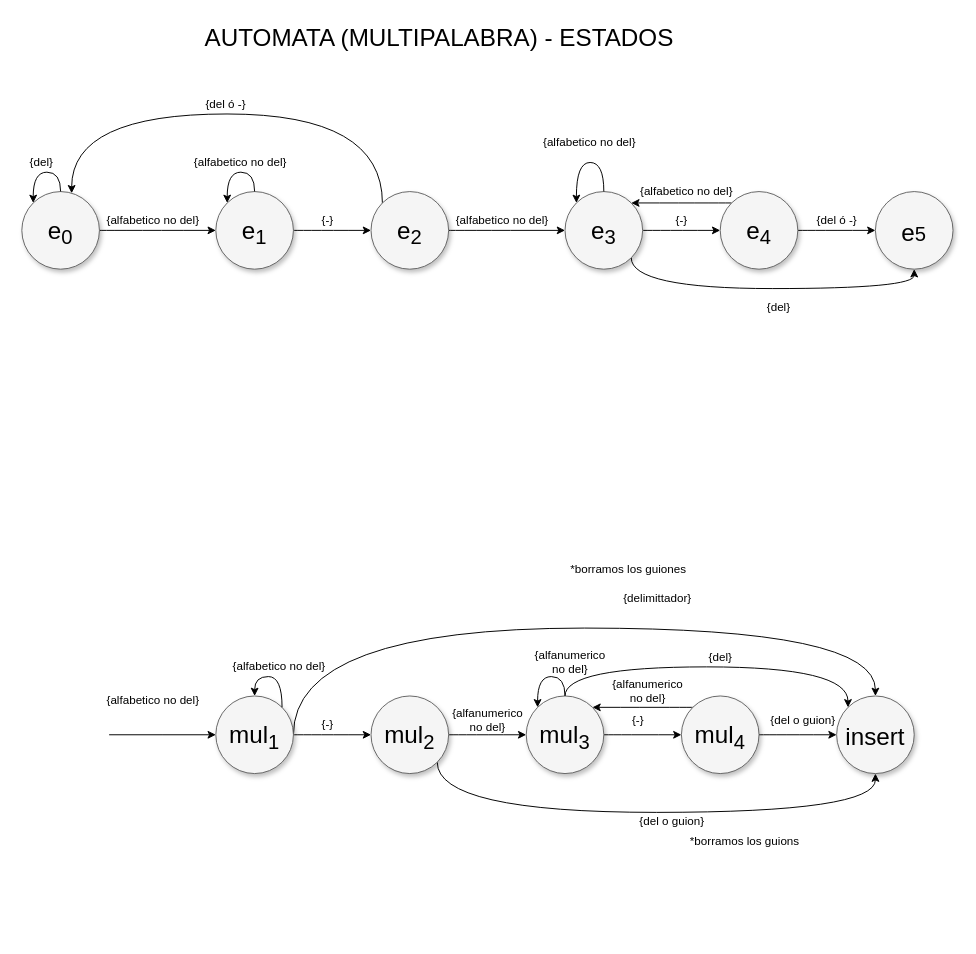
Above: page "Multipalabra" (6 of 7) of DiagramaAutomata.drawio in ander-db/Tokenizer (draw.io), before the change. Source tidied: cells renumbered, new cells numbered last; positions are measured from the earlier drawing's top-left corner, leaving out a move shared by most shapes. Both pictures are drawn from the tidied source at 97%, with x=0, y=0 at pixel (21, 16).
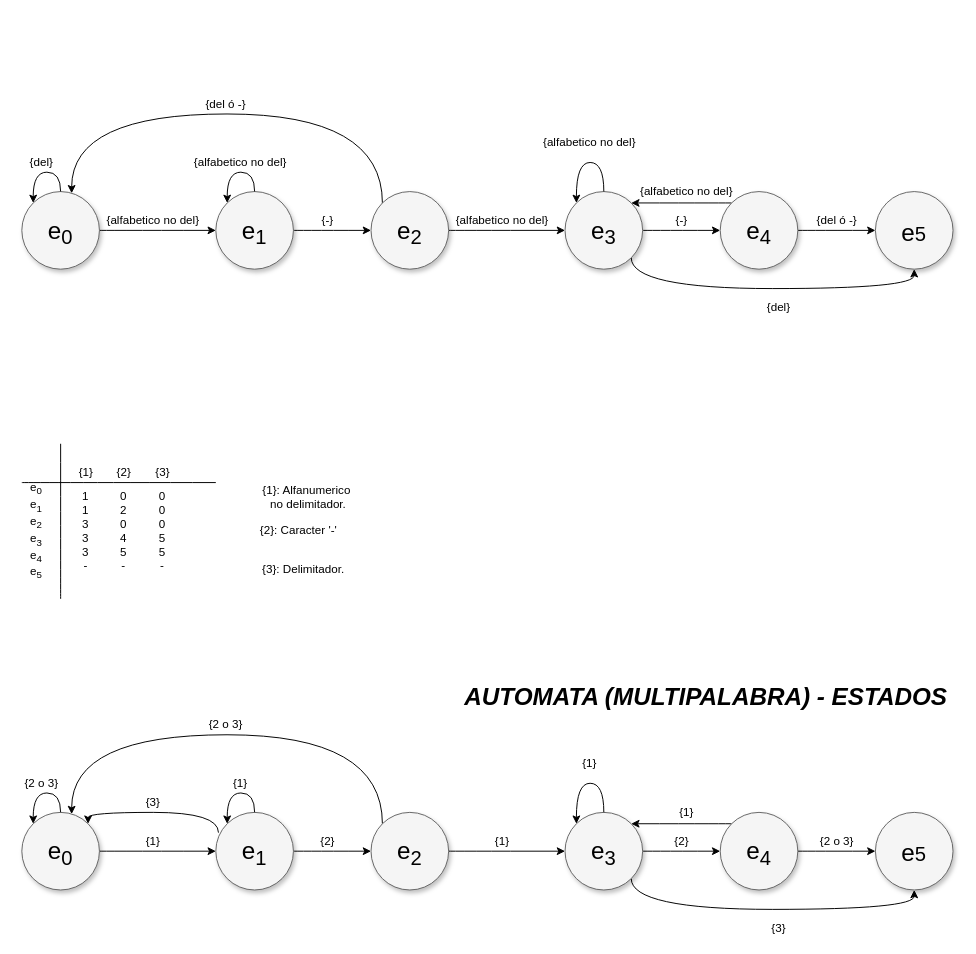
After the change.

Diff of the diagram source:
```diff
@@
-    <mxCell id="2" style="edgeStyle=orthogonalEdgeStyle;curved=1;rounded=0;jettySize=auto;html=1;exitX=1;exitY=0.5;exitDx=0;exitDy=0;entryX=0;entryY=0.5;entryDx=0;entryDy=0;fontSize=12;" parent="1" edge="1" source="5" target="9">
-      <mxGeometry relative="1" as="geometry" />
-    </mxCell>
-    <mxCell id="3" style="edgeStyle=orthogonalEdgeStyle;rounded=0;jettySize=auto;html=1;exitX=0;exitY=0.5;exitDx=0;exitDy=0;endArrow=none;endFill=0;startArrow=classic;startFill=1;" parent="1" edge="1" source="5">
-      <mxGeometry relative="1" as="geometry">
-        <mxPoint x="90" y="740" as="targetPoint" />
-      </mxGeometry>
-    </mxCell>
-    <mxCell id="4" style="edgeStyle=orthogonalEdgeStyle;rounded=0;jettySize=auto;html=1;entryX=0.5;entryY=0;entryDx=0;entryDy=0;startArrow=none;startFill=0;endArrow=classic;endFill=1;curved=1;exitX=1;exitY=0.5;exitDx=0;exitDy=0;" parent="1" edge="1" source="5" target="17">
-      <mxGeometry relative="1" as="geometry">
-        <Array as="points">
-          <mxPoint x="280" y="630" />
-          <mxPoint x="880" y="630" />
-        </Array>
-      </mxGeometry>
-    </mxCell>
-    <mxCell id="5" value="&lt;span style=&quot;font-size: 25px&quot;&gt;mul&lt;sub&gt;1&lt;/sub&gt;&lt;/span&gt;" style="ellipse;whiteSpace=wrap;html=1;rounded=0;shadow=1;strokeColor=#666666;strokeWidth=1;fontSize=30;align=center;fillColor=#f5f5f5;" parent="1" vertex="1">
-      <mxGeometry x="200" y="700" width="80" height="80" as="geometry" />
-    </mxCell>
-    <mxCell id="6" value="{alfabetico no del}" style="text;html=1;align=center;verticalAlign=middle;strokeColor=none;fillColor=none;fontSize=12;" parent="1" vertex="1">
-      <mxGeometry x="80" y="695" width="110" height="20" as="geometry" />
-    </mxCell>
-    <mxCell id="7" style="edgeStyle=orthogonalEdgeStyle;curved=1;rounded=0;jettySize=auto;html=1;exitX=1;exitY=0.5;exitDx=0;exitDy=0;entryX=0;entryY=0.5;entryDx=0;entryDy=0;fontSize=12;" parent="1" edge="1" source="9" target="22">
-      <mxGeometry relative="1" as="geometry" />
-    </mxCell>
-    <mxCell id="8" style="edgeStyle=orthogonalEdgeStyle;curved=1;rounded=0;jettySize=auto;html=1;exitX=1;exitY=1;exitDx=0;exitDy=0;entryX=0.5;entryY=1;entryDx=0;entryDy=0;fontSize=12;" parent="1" edge="1" source="9" target="17">
-      <mxGeometry relative="1" as="geometry">
-        <Array as="points">
-          <mxPoint x="428" y="820" />
-          <mxPoint x="880" y="820" />
-        </Array>
-      </mxGeometry>
-    </mxCell>
-    <mxCell id="9" value="&lt;span style=&quot;font-size: 25px&quot;&gt;mul&lt;sub&gt;2&lt;/sub&gt;&lt;/span&gt;" style="ellipse;whiteSpace=wrap;html=1;rounded=0;shadow=1;strokeColor=#666666;strokeWidth=1;fontSize=30;align=center;fillColor=#f5f5f5;" parent="1" vertex="1">
-      <mxGeometry x="360" y="700" width="80" height="80" as="geometry" />
-    </mxCell>
-    <mxCell id="10" value="{-}" style="text;html=1;align=center;verticalAlign=middle;strokeColor=none;fillColor=none;fontSize=12;" parent="1" vertex="1">
-      <mxGeometry x="300" y="720" width="30" height="20" as="geometry" />
-    </mxCell>
-    <mxCell id="11" style="edgeStyle=orthogonalEdgeStyle;curved=1;rounded=0;orthogonalLoop=1;jettySize=auto;html=1;exitX=1;exitY=0;exitDx=0;exitDy=0;entryX=0.5;entryY=0;entryDx=0;entryDy=0;fontSize=12;" parent="1" edge="1" source="5" target="5">
-      <mxGeometry relative="1" as="geometry">
-        <Array as="points">
-          <mxPoint x="268" y="680" />
-          <mxPoint x="240" y="680" />
-        </Array>
-      </mxGeometry>
-    </mxCell>
-    <mxCell id="12" value="{alfabetico no del}" style="text;html=1;align=center;verticalAlign=middle;strokeColor=none;fillColor=none;fontSize=12;" parent="1" vertex="1">
-      <mxGeometry x="210" y="660" width="110" height="20" as="geometry" />
-    </mxCell>
-    <mxCell id="13" style="edgeStyle=orthogonalEdgeStyle;curved=1;rounded=0;jettySize=auto;html=1;exitX=1;exitY=0.5;exitDx=0;exitDy=0;fontSize=12;" parent="1" edge="1" source="15" target="17">
-      <mxGeometry relative="1" as="geometry" />
-    </mxCell>
-    <mxCell id="14" style="edgeStyle=orthogonalEdgeStyle;curved=1;rounded=0;jettySize=auto;html=1;exitX=0;exitY=0;exitDx=0;exitDy=0;entryX=1;entryY=0;entryDx=0;entryDy=0;fontSize=25;startArrow=none;startFill=0;endArrow=classic;endFill=1;" parent="1" edge="1" source="15" target="22">
-      <mxGeometry relative="1" as="geometry" />
-    </mxCell>
-    <mxCell id="15" value="&lt;font style=&quot;font-size: 25px&quot;&gt;mul&lt;sub&gt;4&lt;/sub&gt;&lt;/font&gt;" style="ellipse;whiteSpace=wrap;html=1;rounded=0;shadow=1;strokeColor=#666666;strokeWidth=1;fontSize=30;align=center;fillColor=#f5f5f5;" parent="1" vertex="1">
-      <mxGeometry x="680" y="700" width="80" height="80" as="geometry" />
-    </mxCell>
-    <mxCell id="16" value="{alfanumerico&lt;br&gt;no del}" style="text;html=1;align=center;verticalAlign=middle;strokeColor=none;fillColor=none;fontSize=12;" parent="1" vertex="1">
-      <mxGeometry x="435" y="710" width="90" height="30" as="geometry" />
-    </mxCell>
-    <mxCell id="17" value="&lt;span style=&quot;font-size: 25px&quot;&gt;insert&lt;/span&gt;" style="ellipse;whiteSpace=wrap;html=1;rounded=0;shadow=1;strokeColor=#666666;strokeWidth=1;fontSize=30;align=center;fillColor=#f5f5f5;" parent="1" vertex="1">
-      <mxGeometry x="840" y="700" width="80" height="80" as="geometry" />
-    </mxCell>
-    <mxCell id="18" value="{del o guion}" style="text;html=1;align=center;verticalAlign=middle;strokeColor=none;fillColor=none;fontSize=12;" parent="1" vertex="1">
-      <mxGeometry x="765" y="715" width="80" height="20" as="geometry" />
-    </mxCell>
-    <mxCell id="19" value="{delimittador}" style="text;html=1;align=center;verticalAlign=middle;strokeColor=none;fillColor=none;fontSize=12;" parent="1" vertex="1">
-      <mxGeometry x="610" y="590" width="90" height="20" as="geometry" />
-    </mxCell>
-    <mxCell id="20" style="edgeStyle=orthogonalEdgeStyle;curved=1;rounded=0;jettySize=auto;html=1;exitX=1;exitY=0.5;exitDx=0;exitDy=0;entryX=0;entryY=0.5;entryDx=0;entryDy=0;fontSize=12;" parent="1" edge="1" source="22" target="15">
-      <mxGeometry relative="1" as="geometry" />
-    </mxCell>
-    <mxCell id="21" style="edgeStyle=orthogonalEdgeStyle;curved=1;rounded=0;jettySize=auto;html=1;exitX=0.5;exitY=0;exitDx=0;exitDy=0;entryX=0;entryY=0;entryDx=0;entryDy=0;fontSize=25;startArrow=none;startFill=0;endArrow=classic;endFill=1;" parent="1" edge="1" source="22" target="17">
-      <mxGeometry relative="1" as="geometry">
-        <Array as="points">
-          <mxPoint x="560" y="670" />
-          <mxPoint x="852" y="670" />
-        </Array>
-      </mxGeometry>
-    </mxCell>
-    <mxCell id="22" value="&lt;span style=&quot;font-size: 25px&quot;&gt;mul&lt;sub&gt;3&lt;/sub&gt;&lt;/span&gt;" style="ellipse;whiteSpace=wrap;html=1;rounded=0;shadow=1;strokeColor=#666666;strokeWidth=1;fontSize=30;align=center;fillColor=#f5f5f5;" parent="1" vertex="1">
-      <mxGeometry x="520" y="700" width="80" height="80" as="geometry" />
-    </mxCell>
-    <mxCell id="23" value="{-}" style="text;html=1;align=center;verticalAlign=middle;strokeColor=none;fillColor=none;fontSize=12;" parent="1" vertex="1">
-      <mxGeometry x="620" y="715" width="30" height="20" as="geometry" />
-    </mxCell>
-    <mxCell id="24" value="{del o guion}" style="text;html=1;align=center;verticalAlign=middle;strokeColor=none;fillColor=none;fontSize=12;" parent="1" vertex="1">
-      <mxGeometry x="630" y="820" width="80" height="20" as="geometry" />
-    </mxCell>
-    <mxCell id="25" value="*borramos los guions" style="text;html=1;align=center;verticalAlign=middle;strokeColor=none;fillColor=none;" parent="1" vertex="1">
-      <mxGeometry x="680" y="840" width="130" height="20" as="geometry" />
-    </mxCell>
-    <mxCell id="26" value="*borramos los guiones" style="text;html=1;align=center;verticalAlign=middle;strokeColor=none;fillColor=none;" parent="1" vertex="1">
-      <mxGeometry x="560" y="560" width="130" height="20" as="geometry" />
-    </mxCell>
-    <mxCell id="27" style="edgeStyle=orthogonalEdgeStyle;curved=1;rounded=0;orthogonalLoop=1;jettySize=auto;html=1;exitX=0.5;exitY=0;exitDx=0;exitDy=0;entryX=0;entryY=0;entryDx=0;entryDy=0;fontSize=25;startArrow=none;startFill=0;endArrow=classic;endFill=1;" parent="1" edge="1" source="22" target="22">
-      <mxGeometry relative="1" as="geometry">
-        <Array as="points">
-          <mxPoint x="560" y="680" />
-          <mxPoint x="532" y="680" />
-        </Array>
-      </mxGeometry>
-    </mxCell>
-    <mxCell id="28" value="{alfanumerico&lt;br&gt;no del}" style="text;html=1;align=center;verticalAlign=middle;strokeColor=none;fillColor=none;fontSize=12;" parent="1" vertex="1">
-      <mxGeometry x="520" y="650" width="90" height="30" as="geometry" />
-    </mxCell>
-    <mxCell id="29" value="{alfanumerico&lt;br&gt;no del}" style="text;html=1;align=center;verticalAlign=middle;strokeColor=none;fillColor=none;fontSize=12;" parent="1" vertex="1">
-      <mxGeometry x="600" y="680" width="90" height="30" as="geometry" />
-    </mxCell>
-    <mxCell id="30" value="{del}" style="text;html=1;align=center;verticalAlign=middle;strokeColor=none;fillColor=none;fontSize=12;" parent="1" vertex="1">
-      <mxGeometry x="700" y="650" width="40" height="20" as="geometry" />
-    </mxCell>
@@
-    <mxCell id="59" value="AUTOMATA (MULTIPALABRA) - ESTADOS" style="text;html=1;align=center;verticalAlign=middle;strokeColor=none;fillColor=none;fontSize=25;" parent="1" vertex="1">
-      <mxGeometry x="180" width="500" height="40" as="geometry" />
+    <mxCell id="59" value="&lt;i&gt;&lt;b&gt;AUTOMATA (MULTIPALABRA) - ESTADOS&lt;/b&gt;&lt;/i&gt;" style="text;html=1;align=center;verticalAlign=middle;strokeColor=none;fillColor=none;fontSize=25;" parent="1" vertex="1">
+      <mxGeometry x="450" y="680" width="510" height="40" as="geometry" />
     </mxCell>
+    <mxCell id="60" value="e&lt;sub&gt;0&lt;/sub&gt;&lt;br&gt;e&lt;sub&gt;1&lt;/sub&gt;&lt;br&gt;e&lt;sub&gt;2&lt;/sub&gt;&lt;br&gt;e&lt;sub&gt;3&lt;/sub&gt;&lt;br&gt;e&lt;sub&gt;4&lt;/sub&gt;&lt;br&gt;e&lt;sub&gt;5&lt;/sub&gt;" style="text;html=1;strokeColor=none;fillColor=none;align=center;verticalAlign=middle;whiteSpace=wrap;rounded=0;" parent="1" vertex="1">
+      <mxGeometry y="480" width="30" height="100" as="geometry" />
+    </mxCell>
+    <mxCell id="61" style="endArrow=none;html=1;rounded=0;curved=1;" parent="1" edge="1">
+      <mxGeometry relative="1" as="geometry">
+        <mxPoint y="480" as="sourcePoint" />
+        <mxPoint x="200" y="480" as="targetPoint" />
+      </mxGeometry>
+    </mxCell>
+    <mxCell id="62" value="1&lt;br&gt;1&lt;br&gt;3&lt;br&gt;3&lt;br&gt;3&lt;br&gt;-" style="text;html=1;strokeColor=none;fillColor=none;align=center;verticalAlign=middle;whiteSpace=wrap;rounded=0;" parent="1" vertex="1">
+      <mxGeometry x="51" y="480" width="30" height="100" as="geometry" />
+    </mxCell>
+    <mxCell id="63" style="endArrow=none;html=1;rounded=0;curved=1;" parent="1" edge="1">
+      <mxGeometry relative="1" as="geometry">
+        <mxPoint x="40" y="600" as="sourcePoint" />
+        <mxPoint x="40" y="440" as="targetPoint" />
+      </mxGeometry>
+    </mxCell>
+    <mxCell id="64" value="0&lt;br&gt;2&lt;br&gt;0&lt;br&gt;4&lt;br&gt;5&lt;br&gt;-" style="text;html=1;strokeColor=none;fillColor=none;align=center;verticalAlign=middle;whiteSpace=wrap;rounded=0;" parent="1" vertex="1">
+      <mxGeometry x="90" y="480" width="30" height="100" as="geometry" />
+    </mxCell>
+    <mxCell id="65" value="0&lt;br&gt;0&lt;br&gt;0&lt;br&gt;5&lt;br&gt;5&lt;br&gt;-" style="text;html=1;strokeColor=none;fillColor=none;align=center;verticalAlign=middle;whiteSpace=wrap;rounded=0;" parent="1" vertex="1">
+      <mxGeometry x="130" y="480" width="30" height="100" as="geometry" />
+    </mxCell>
+    <mxCell id="66" value="{1}" style="text;html=1;align=center;verticalAlign=middle;strokeColor=none;fillColor=none;" parent="1" vertex="1">
+      <mxGeometry x="51" y="460" width="30" height="20" as="geometry" />
+    </mxCell>
+    <mxCell id="67" value="{2}" style="text;html=1;align=center;verticalAlign=middle;strokeColor=none;fillColor=none;" parent="1" vertex="1">
+      <mxGeometry x="90" y="460" width="30" height="20" as="geometry" />
+    </mxCell>
+    <mxCell id="68" value="{3}" style="text;html=1;align=center;verticalAlign=middle;strokeColor=none;fillColor=none;" parent="1" vertex="1">
+      <mxGeometry x="130" y="460" width="30" height="20" as="geometry" />
+    </mxCell>
+    <mxCell id="69" value="{1}: Alfanumerico&amp;nbsp;&lt;br&gt;no delimitador." style="text;html=1;align=center;verticalAlign=middle;strokeColor=none;fillColor=none;" parent="1" vertex="1">
+      <mxGeometry x="240" y="480" width="110" height="30" as="geometry" />
+    </mxCell>
+    <mxCell id="70" value="{2}: Caracter '-'" style="text;html=1;align=center;verticalAlign=middle;strokeColor=none;fillColor=none;" parent="1" vertex="1">
+      <mxGeometry x="240" y="520" width="90" height="20" as="geometry" />
+    </mxCell>
+    <mxCell id="71" value="{3}: Delimitador." style="text;html=1;align=center;verticalAlign=middle;strokeColor=none;fillColor=none;" parent="1" vertex="1">
+      <mxGeometry x="240" y="560" width="100" height="20" as="geometry" />
+    </mxCell>
+    <mxCell id="72" style="edgeStyle=orthogonalEdgeStyle;curved=1;rounded=0;jettySize=auto;html=1;exitX=1;exitY=0.5;exitDx=0;exitDy=0;entryX=0;entryY=0.5;entryDx=0;entryDy=0;fontSize=25;startArrow=none;startFill=0;endArrow=classic;endFill=1;" parent="1" edge="1" source="74" target="78">
+      <mxGeometry relative="1" as="geometry" />
+    </mxCell>
+    <mxCell id="73" style="edgeStyle=orthogonalEdgeStyle;curved=1;rounded=0;jettySize=auto;html=1;exitX=0.034;exitY=0.261;exitDx=0;exitDy=0;entryX=1;entryY=0;entryDx=0;entryDy=0;exitPerimeter=0;" parent="1" edge="1" source="74" target="96">
+      <mxGeometry relative="1" as="geometry">
+        <Array as="points">
+          <mxPoint x="203" y="820" />
+          <mxPoint x="68" y="820" />
+        </Array>
+      </mxGeometry>
+    </mxCell>
+    <mxCell id="74" value="&lt;span style=&quot;font-size: 25px&quot;&gt;e&lt;sub&gt;1&lt;/sub&gt;&lt;/span&gt;" style="ellipse;whiteSpace=wrap;html=1;rounded=0;shadow=1;strokeColor=#666666;strokeWidth=1;fontSize=30;align=center;fillColor=#f5f5f5;" parent="1" vertex="1">
+      <mxGeometry x="200" y="820" width="80" height="80" as="geometry" />
+    </mxCell>
+    <mxCell id="75" value="{1}" style="text;html=1;align=center;verticalAlign=middle;strokeColor=none;fillColor=none;fontSize=12;" parent="1" vertex="1">
+      <mxGeometry x="210" y="780" width="30" height="20" as="geometry" />
+    </mxCell>
+    <mxCell id="76" style="edgeStyle=orthogonalEdgeStyle;curved=1;rounded=0;jettySize=auto;html=1;exitX=1;exitY=0.5;exitDx=0;exitDy=0;entryX=0;entryY=0.5;entryDx=0;entryDy=0;fontSize=25;startArrow=none;startFill=0;endArrow=classic;endFill=1;" parent="1" edge="1" source="78" target="83">
+      <mxGeometry relative="1" as="geometry" />
+    </mxCell>
+    <mxCell id="77" style="edgeStyle=orthogonalEdgeStyle;curved=1;rounded=0;jettySize=auto;html=1;exitX=0;exitY=0;exitDx=0;exitDy=0;entryX=0.642;entryY=0.022;entryDx=0;entryDy=0;entryPerimeter=0;fontSize=25;startArrow=none;startFill=0;endArrow=classic;endFill=1;" parent="1" edge="1" source="78" target="96">
+      <mxGeometry relative="1" as="geometry">
+        <Array as="points">
+          <mxPoint x="372" y="740" />
+          <mxPoint x="51" y="740" />
+          <mxPoint x="51" y="822" />
+        </Array>
+      </mxGeometry>
+    </mxCell>
+    <mxCell id="78" value="&lt;span style=&quot;font-size: 25px&quot;&gt;e&lt;sub&gt;2&lt;/sub&gt;&lt;/span&gt;" style="ellipse;whiteSpace=wrap;html=1;rounded=0;shadow=1;strokeColor=#666666;strokeWidth=1;fontSize=30;align=center;fillColor=#f5f5f5;" parent="1" vertex="1">
+      <mxGeometry x="360" y="820" width="80" height="80" as="geometry" />
+    </mxCell>
+    <mxCell id="79" value="{2}" style="text;html=1;align=center;verticalAlign=middle;strokeColor=none;fillColor=none;fontSize=12;" parent="1" vertex="1">
+      <mxGeometry x="300" y="840" width="30" height="20" as="geometry" />
+    </mxCell>
+    <mxCell id="80" value="{2 o 3}" style="text;html=1;align=center;verticalAlign=middle;strokeColor=none;fillColor=none;fontSize=12;" parent="1" vertex="1">
+      <mxGeometry x="-5" y="780" width="50" height="20" as="geometry" />
+    </mxCell>
+    <mxCell id="81" style="edgeStyle=orthogonalEdgeStyle;curved=1;rounded=0;jettySize=auto;html=1;exitX=1;exitY=0.5;exitDx=0;exitDy=0;entryX=0;entryY=0.5;entryDx=0;entryDy=0;fontSize=25;startArrow=none;startFill=0;endArrow=classic;endFill=1;" parent="1" edge="1" source="83" target="89">
+      <mxGeometry relative="1" as="geometry" />
+    </mxCell>
+    <mxCell id="82" style="edgeStyle=orthogonalEdgeStyle;curved=1;rounded=0;jettySize=auto;html=1;exitX=1;exitY=1;exitDx=0;exitDy=0;entryX=0.5;entryY=1;entryDx=0;entryDy=0;fontSize=25;startArrow=none;startFill=0;endArrow=classic;endFill=1;" parent="1" edge="1" source="83" target="91">
+      <mxGeometry relative="1" as="geometry">
+        <Array as="points">
+          <mxPoint x="628" y="920" />
+          <mxPoint x="920" y="920" />
+        </Array>
+      </mxGeometry>
+    </mxCell>
+    <mxCell id="83" value="&lt;span style=&quot;font-size: 25px&quot;&gt;e&lt;sub&gt;3&lt;/sub&gt;&lt;/span&gt;" style="ellipse;whiteSpace=wrap;html=1;rounded=0;shadow=1;strokeColor=#666666;strokeWidth=1;fontSize=30;align=center;fillColor=#f5f5f5;" parent="1" vertex="1">
+      <mxGeometry x="560" y="820" width="80" height="80" as="geometry" />
+    </mxCell>
+    <mxCell id="84" value="{1}" style="text;html=1;align=center;verticalAlign=middle;strokeColor=none;fillColor=none;fontSize=12;" parent="1" vertex="1">
+      <mxGeometry x="480" y="840" width="30" height="20" as="geometry" />
+    </mxCell>
+    <mxCell id="85" style="edgeStyle=orthogonalEdgeStyle;curved=1;rounded=0;orthogonalLoop=1;jettySize=auto;html=1;exitX=0.5;exitY=0;exitDx=0;exitDy=0;entryX=0;entryY=0;entryDx=0;entryDy=0;fontSize=25;startArrow=none;startFill=0;endArrow=classic;endFill=1;" parent="1" edge="1" source="83" target="83">
+      <mxGeometry relative="1" as="geometry">
+        <Array as="points">
+          <mxPoint x="600" y="790" />
+          <mxPoint x="572" y="790" />
+        </Array>
+      </mxGeometry>
+    </mxCell>
+    <mxCell id="86" value="{1}" style="text;html=1;align=center;verticalAlign=middle;strokeColor=none;fillColor=none;fontSize=12;" parent="1" vertex="1">
+      <mxGeometry x="570" y="760" width="30" height="20" as="geometry" />
+    </mxCell>
+    <mxCell id="87" style="edgeStyle=orthogonalEdgeStyle;curved=1;rounded=0;jettySize=auto;html=1;exitX=1;exitY=0.5;exitDx=0;exitDy=0;entryX=0;entryY=0.5;entryDx=0;entryDy=0;fontSize=25;startArrow=none;startFill=0;endArrow=classic;endFill=1;" parent="1" edge="1" source="89" target="91">
+      <mxGeometry relative="1" as="geometry" />
+    </mxCell>
+    <mxCell id="88" style="edgeStyle=orthogonalEdgeStyle;curved=1;rounded=0;jettySize=auto;html=1;exitX=0;exitY=0;exitDx=0;exitDy=0;entryX=1;entryY=0;entryDx=0;entryDy=0;fontSize=25;startArrow=none;startFill=0;endArrow=classic;endFill=1;" parent="1" edge="1" source="89" target="83">
+      <mxGeometry relative="1" as="geometry" />
+    </mxCell>
+    <mxCell id="89" value="&lt;span style=&quot;font-size: 25px&quot;&gt;e&lt;sub&gt;4&lt;/sub&gt;&lt;/span&gt;" style="ellipse;whiteSpace=wrap;html=1;rounded=0;shadow=1;strokeColor=#666666;strokeWidth=1;fontSize=30;align=center;fillColor=#f5f5f5;" parent="1" vertex="1">
+      <mxGeometry x="720" y="820" width="80" height="80" as="geometry" />
+    </mxCell>
+    <mxCell id="90" value="{2}" style="text;html=1;align=center;verticalAlign=middle;strokeColor=none;fillColor=none;fontSize=12;" parent="1" vertex="1">
+      <mxGeometry x="665" y="840" width="30" height="20" as="geometry" />
+    </mxCell>
+    <mxCell id="91" value="&lt;span style=&quot;font-size: 25px&quot;&gt;e&lt;/span&gt;&lt;span style=&quot;font-size: 20.8333px&quot;&gt;5&lt;/span&gt;" style="ellipse;whiteSpace=wrap;html=1;rounded=0;shadow=1;strokeColor=#666666;strokeWidth=1;fontSize=30;align=center;fillColor=#f5f5f5;" parent="1" vertex="1">
+      <mxGeometry x="880" y="820" width="80" height="80" as="geometry" />
+    </mxCell>
+    <mxCell id="92" value="{2 o 3}" style="text;html=1;align=center;verticalAlign=middle;strokeColor=none;fillColor=none;fontSize=12;" parent="1" vertex="1">
+      <mxGeometry x="815" y="840" width="50" height="20" as="geometry" />
+    </mxCell>
+    <mxCell id="93" value="{1}" style="text;html=1;align=center;verticalAlign=middle;strokeColor=none;fillColor=none;fontSize=12;" parent="1" vertex="1">
+      <mxGeometry x="670" y="810" width="30" height="20" as="geometry" />
+    </mxCell>
+    <mxCell id="94" value="{3}" style="text;html=1;align=center;verticalAlign=middle;strokeColor=none;fillColor=none;fontSize=12;" parent="1" vertex="1">
+      <mxGeometry x="765" y="930" width="30" height="20" as="geometry" />
+    </mxCell>
+    <mxCell id="95" style="edgeStyle=orthogonalEdgeStyle;curved=1;rounded=0;jettySize=auto;html=1;exitX=1;exitY=0.5;exitDx=0;exitDy=0;entryX=0;entryY=0.5;entryDx=0;entryDy=0;fontSize=25;startArrow=none;startFill=0;endArrow=classic;endFill=1;" parent="1" edge="1" source="96" target="74">
+      <mxGeometry relative="1" as="geometry" />
+    </mxCell>
+    <mxCell id="96" value="&lt;span style=&quot;font-size: 25px&quot;&gt;e&lt;sub&gt;0&lt;/sub&gt;&lt;/span&gt;" style="ellipse;whiteSpace=wrap;html=1;rounded=0;shadow=1;strokeColor=#666666;strokeWidth=1;fontSize=30;align=center;fillColor=#f5f5f5;" parent="1" vertex="1">
+      <mxGeometry y="820" width="80" height="80" as="geometry" />
+    </mxCell>
+    <mxCell id="97" style="edgeStyle=orthogonalEdgeStyle;curved=1;rounded=0;orthogonalLoop=1;jettySize=auto;html=1;exitX=0.5;exitY=0;exitDx=0;exitDy=0;entryX=0;entryY=0;entryDx=0;entryDy=0;fontSize=25;startArrow=none;startFill=0;endArrow=classic;endFill=1;" parent="1" edge="1" source="74" target="74">
+      <mxGeometry relative="1" as="geometry">
+        <Array as="points">
+          <mxPoint x="240" y="800" />
+          <mxPoint x="212" y="800" />
+        </Array>
+      </mxGeometry>
+    </mxCell>
+    <mxCell id="98" value="{1}" style="text;html=1;align=center;verticalAlign=middle;strokeColor=none;fillColor=none;fontSize=12;" parent="1" vertex="1">
+      <mxGeometry x="120" y="840" width="30" height="20" as="geometry" />
+    </mxCell>
+    <mxCell id="99" style="edgeStyle=orthogonalEdgeStyle;curved=1;rounded=0;orthogonalLoop=1;jettySize=auto;html=1;exitX=0.5;exitY=0;exitDx=0;exitDy=0;entryX=0;entryY=0;entryDx=0;entryDy=0;fontSize=25;startArrow=none;startFill=0;endArrow=classic;endFill=1;" parent="1" edge="1" source="96" target="96">
+      <mxGeometry relative="1" as="geometry">
+        <Array as="points">
+          <mxPoint x="40" y="800" />
+          <mxPoint x="12" y="800" />
+        </Array>
+      </mxGeometry>
+    </mxCell>
+    <mxCell id="100" value="{2 o 3}" style="text;html=1;align=center;verticalAlign=middle;strokeColor=none;fillColor=none;fontSize=12;" parent="1" vertex="1">
+      <mxGeometry x="185" y="720" width="50" height="20" as="geometry" />
+    </mxCell>
+    <mxCell id="101" value="{3}" style="text;html=1;align=center;verticalAlign=middle;strokeColor=none;fillColor=none;" parent="1" vertex="1">
+      <mxGeometry x="120" y="800" width="30" height="20" as="geometry" />
+    </mxCell>
```
